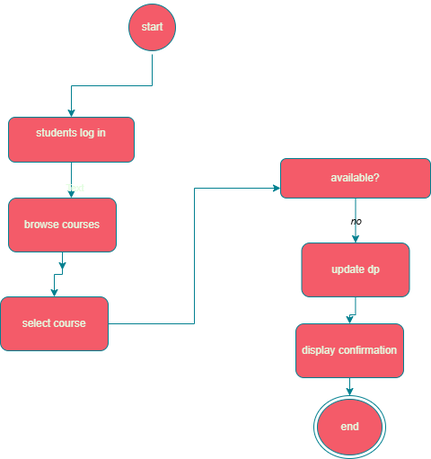
This is Untitled Diagram.drawio.png from rinadmostafa68-svg/Lab-6, a draw.io export, as it was before one commit. Source tidied: cells renumbered, new cells last; positions are measured from the earlier drawing's top-left corner, leaving out a move shared by most shapes.
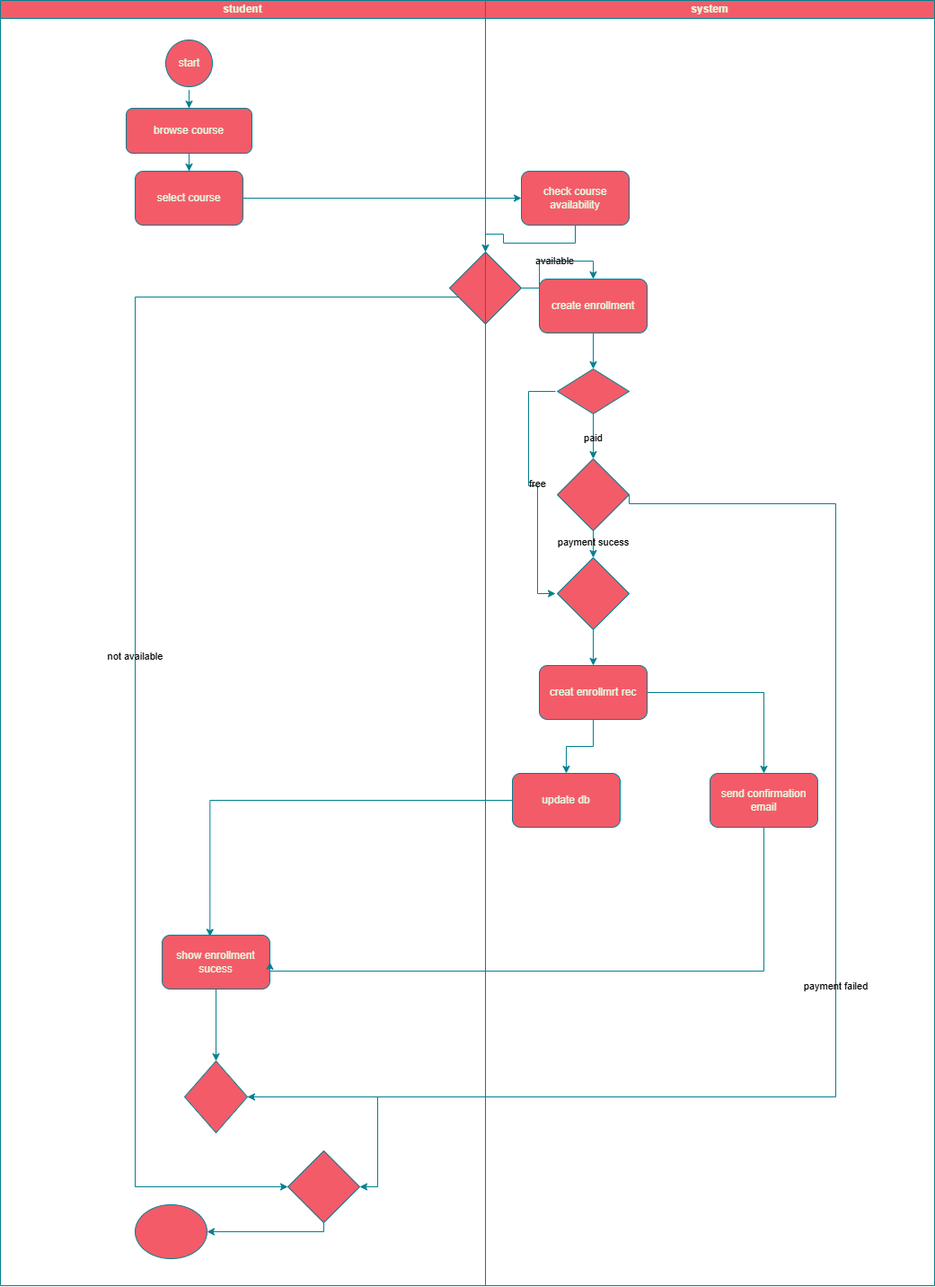
The same file after the commit.

What changed in the source:
```diff
@@ -2,58 +2,148 @@
   <root>
     <mxCell id="0" />
     <mxCell id="1" parent="0" />
+    <mxCell id="19" value="system" style="swimlane;startSize=20;whiteSpace=wrap;html=1;fillColor=#F45B69;labelBackgroundColor=none;strokeColor=#028090;fontColor=#E4FDE1;" parent="1" vertex="1">
+      <mxGeometry x="209" y="530" width="500" height="1430" as="geometry" />
+    </mxCell>
+    <mxCell id="12" value="check course availability" style="rounded=1;whiteSpace=wrap;html=1;labelBackgroundColor=none;fillColor=#F45B69;strokeColor=#028090;fontColor=#E4FDE1;" parent="19" vertex="1">
+      <mxGeometry x="40" y="190" width="120" height="60" as="geometry" />
+    </mxCell>
+    <mxCell id="20" value="send confirmation email" style="rounded=1;whiteSpace=wrap;html=1;labelBackgroundColor=none;fillColor=#F45B69;strokeColor=#028090;fontColor=#E4FDE1;" parent="19" vertex="1">
+      <mxGeometry x="250" y="860" width="120" height="60" as="geometry" />
+    </mxCell>
+    <mxCell id="21" style="edgeStyle=orthogonalEdgeStyle;rounded=0;jettySize=auto;html=1;entryX=0.5;entryY=0;entryDx=0;entryDy=0;labelBackgroundColor=none;strokeColor=#028090;fontColor=default;" parent="19" edge="1" source="22" target="25">
+      <mxGeometry relative="1" as="geometry" />
+    </mxCell>
+    <mxCell id="22" value="create enrollment" style="rounded=1;whiteSpace=wrap;html=1;labelBackgroundColor=none;fillColor=#F45B69;strokeColor=#028090;fontColor=#E4FDE1;" parent="19" vertex="1">
+      <mxGeometry x="60" y="310" width="120" height="60" as="geometry" />
+    </mxCell>
+    <mxCell id="23" value="paid" style="edgeStyle=orthogonalEdgeStyle;rounded=0;jettySize=auto;html=1;labelBackgroundColor=none;strokeColor=#028090;fontColor=default;" parent="19" edge="1" source="25" target="30">
+      <mxGeometry relative="1" as="geometry" />
+    </mxCell>
+    <mxCell id="24" value="free" style="edgeStyle=orthogonalEdgeStyle;rounded=0;orthogonalLoop=1;jettySize=auto;html=1;entryX=0;entryY=0.5;entryDx=0;entryDy=0;labelBackgroundColor=none;strokeColor=#028090;fontColor=default;" parent="19" edge="1">
+      <mxGeometry relative="1" as="geometry">
+        <mxPoint x="78" y="435" as="sourcePoint" />
+        <mxPoint x="78" y="660" as="targetPoint" />
+        <Array as="points">
+          <mxPoint x="48" y="435" />
+          <mxPoint x="48" y="540" />
+          <mxPoint x="58" y="540" />
+          <mxPoint x="58" y="660" />
+        </Array>
+      </mxGeometry>
+    </mxCell>
+    <mxCell id="25" style="rhombus;whiteSpace=wrap;html=1;labelBackgroundColor=none;fillColor=#F45B69;strokeColor=#028090;fontColor=#E4FDE1;" parent="19" vertex="1">
+      <mxGeometry x="80" y="410" width="80" height="50" as="geometry" />
+    </mxCell>
+    <mxCell id="26" style="rhombus;whiteSpace=wrap;html=1;fillColor=#F45B69;labelBackgroundColor=none;strokeColor=#028090;fontColor=#E4FDE1;" parent="19" vertex="1">
+      <mxGeometry x="-40" y="280" width="80" height="80" as="geometry" />
+    </mxCell>
+    <mxCell id="27" style="edgeStyle=orthogonalEdgeStyle;rounded=0;jettySize=auto;html=1;entryX=0.5;entryY=0;entryDx=0;entryDy=0;labelBackgroundColor=none;strokeColor=#028090;fontColor=default;" parent="19" edge="1" source="12" target="26">
+      <mxGeometry relative="1" as="geometry" />
+    </mxCell>
+    <mxCell id="28" value="available" style="edgeStyle=orthogonalEdgeStyle;rounded=0;jettySize=auto;html=1;exitX=1;exitY=0.5;exitDx=0;exitDy=0;entryX=0.5;entryY=0;entryDx=0;entryDy=0;labelBackgroundColor=none;strokeColor=#028090;fontColor=default;" parent="19" edge="1" source="26" target="22">
+      <mxGeometry relative="1" as="geometry" />
+    </mxCell>
+    <mxCell id="29" value="payment sucess" style="edgeStyle=orthogonalEdgeStyle;rounded=0;jettySize=auto;html=1;labelBackgroundColor=none;strokeColor=#028090;fontColor=default;" parent="19" edge="1" source="30" target="32">
+      <mxGeometry relative="1" as="geometry" />
+    </mxCell>
+    <mxCell id="30" style="rhombus;whiteSpace=wrap;html=1;labelBackgroundColor=none;fillColor=#F45B69;strokeColor=#028090;fontColor=#E4FDE1;" parent="19" vertex="1">
+      <mxGeometry x="80" y="510" width="80" height="80" as="geometry" />
+    </mxCell>
+    <mxCell id="31" style="edgeStyle=orthogonalEdgeStyle;rounded=0;jettySize=auto;html=1;labelBackgroundColor=none;strokeColor=#028090;fontColor=default;" parent="19" edge="1" source="32" target="35">
+      <mxGeometry relative="1" as="geometry" />
+    </mxCell>
+    <mxCell id="32" style="rhombus;whiteSpace=wrap;html=1;labelBackgroundColor=none;fillColor=#F45B69;strokeColor=#028090;fontColor=#E4FDE1;" parent="19" vertex="1">
+      <mxGeometry x="80" y="620" width="80" height="80" as="geometry" />
+    </mxCell>
+    <mxCell id="33" style="edgeStyle=orthogonalEdgeStyle;rounded=0;jettySize=auto;html=1;entryX=0.5;entryY=0;entryDx=0;entryDy=0;labelBackgroundColor=none;strokeColor=#028090;fontColor=default;" parent="19" edge="1" source="35" target="20">
+      <mxGeometry relative="1" as="geometry" />
+    </mxCell>
+    <mxCell id="34" style="edgeStyle=orthogonalEdgeStyle;rounded=0;jettySize=auto;html=1;entryX=0.5;entryY=0;entryDx=0;entryDy=0;labelBackgroundColor=none;strokeColor=#028090;fontColor=default;" parent="19" edge="1" source="35" target="36">
+      <mxGeometry relative="1" as="geometry" />
+    </mxCell>
+    <mxCell id="35" value="creat enrollmrt rec" style="rounded=1;whiteSpace=wrap;html=1;labelBackgroundColor=none;fillColor=#F45B69;strokeColor=#028090;fontColor=#E4FDE1;" parent="19" vertex="1">
+      <mxGeometry x="60" y="740" width="120" height="60" as="geometry" />
+    </mxCell>
+    <mxCell id="36" value="update db" style="rounded=1;whiteSpace=wrap;html=1;labelBackgroundColor=none;fillColor=#F45B69;strokeColor=#028090;fontColor=#E4FDE1;" parent="19" vertex="1">
+      <mxGeometry x="30" y="860" width="120" height="60" as="geometry" />
+    </mxCell>
+    <mxCell id="37" value="student" style="swimlane;startSize=20;whiteSpace=wrap;html=1;fillColor=#F45B69;strokeColor=#028090;labelBackgroundColor=none;fontColor=#E4FDE1;" parent="1" vertex="1">
+      <mxGeometry x="-331" y="530" width="540" height="1430" as="geometry" />
+    </mxCell>
+    <mxCell id="3" value="start" style="ellipse;html=1;shape=startState;fillColor=#F45B69;strokeColor=#028090;fontColor=#E4FDE1;labelBackgroundColor=none;" parent="37" vertex="1">
+      <mxGeometry x="180" y="40" width="60" height="60" as="geometry" />
+    </mxCell>
+    <mxCell id="5" style="edgeStyle=orthogonalEdgeStyle;rounded=0;jettySize=auto;html=1;entryX=0.5;entryY=0;entryDx=0;entryDy=0;labelBackgroundColor=none;strokeColor=#028090;fontColor=default;" parent="37" edge="1" source="7" target="10">
+      <mxGeometry relative="1" as="geometry" />
+    </mxCell>
+    <mxCell id="7" value="browse course" style="rounded=1;whiteSpace=wrap;html=1;labelBackgroundColor=none;fillColor=#F45B69;strokeColor=#028090;fontColor=#E4FDE1;" parent="37" vertex="1">
+      <mxGeometry x="140" y="120" width="140" height="50" as="geometry" />
+    </mxCell>
-    <mxCell id="2" style="edgeStyle=orthogonalEdgeStyle;rounded=0;jettySize=auto;html=1;exitX=0.5;exitY=1;exitDx=0;exitDy=0;labelBackgroundColor=none;strokeColor=#028090;fontColor=default;" parent="1" edge="1" source="3" target="7">
+    <mxCell id="2" style="edgeStyle=orthogonalEdgeStyle;rounded=0;jettySize=auto;html=1;exitX=0.5;exitY=1;exitDx=0;exitDy=0;labelBackgroundColor=none;strokeColor=#028090;fontColor=default;" parent="37" edge="1" source="3" target="7">
       <mxGeometry relative="1" as="geometry" />
     </mxCell>
-    <mxCell id="3" value="start" style="ellipse;html=1;shape=startState;fillColor=#F45B69;strokeColor=#028090;fontColor=#E4FDE1;labelBackgroundColor=none;" parent="1" vertex="1">
-      <mxGeometry x="139" width="60" height="60" as="geometry" />
-    </mxCell>
-    <mxCell id="4" value="end" style="ellipse;html=1;shape=endState;fillColor=#F45B69;strokeColor=#028090;labelBackgroundColor=none;fontColor=#E4FDE1;" parent="1" vertex="1">
-      <mxGeometry x="349" y="440" width="80" height="70" as="geometry" />
-    </mxCell>
-    <mxCell id="5" style="edgeStyle=orthogonalEdgeStyle;rounded=0;jettySize=auto;html=1;entryX=0.583;entryY=0;entryDx=0;entryDy=0;entryPerimeter=0;labelBackgroundColor=none;strokeColor=#028090;fontColor=default;" parent="1" edge="1" source="7" target="10">
-      <mxGeometry relative="1" as="geometry" />
-    </mxCell>
-    <mxCell id="6" value="Text" style="edgeLabel;html=1;align=center;verticalAlign=middle;labelBackgroundColor=none;fontColor=#E4FDE1;" parent="5" vertex="1">
-      <mxGeometry x="0.4" y="3" relative="1" as="geometry" />
-    </mxCell>
-    <mxCell id="7" value="students log in&lt;div&gt;&lt;br&gt;&lt;/div&gt;" style="rounded=1;whiteSpace=wrap;html=1;labelBackgroundColor=none;fillColor=#F45B69;strokeColor=#028090;fontColor=#E4FDE1;" parent="1" vertex="1">
-      <mxGeometry x="9" y="130" width="140" height="50" as="geometry" />
-    </mxCell>
-    <mxCell id="8" style="edgeStyle=orthogonalEdgeStyle;rounded=0;jettySize=auto;html=1;labelBackgroundColor=none;strokeColor=#028090;fontColor=default;" parent="1" edge="1" source="10">
-      <mxGeometry relative="1" as="geometry">
-        <mxPoint x="69" y="300" as="targetPoint" />
-      </mxGeometry>
-    </mxCell>
+    <mxCell id="10" value="select course" style="rounded=1;whiteSpace=wrap;html=1;labelBackgroundColor=none;fillColor=#F45B69;strokeColor=#028090;fontColor=#E4FDE1;" parent="37" vertex="1">
+      <mxGeometry x="150" y="190" width="120" height="60" as="geometry" />
+    </mxCell>
+    <mxCell id="38" style="edgeStyle=orthogonalEdgeStyle;rounded=0;jettySize=auto;html=1;labelBackgroundColor=none;strokeColor=#028090;fontColor=default;" parent="37" edge="1" source="39" target="41">
+      <mxGeometry relative="1" as="geometry" />
+    </mxCell>
+    <mxCell id="39" value="show enrollment sucess" style="rounded=1;whiteSpace=wrap;html=1;labelBackgroundColor=none;fillColor=#F45B69;strokeColor=#028090;fontColor=#E4FDE1;" parent="37" vertex="1">
+      <mxGeometry x="180" y="1040" width="120" height="60" as="geometry" />
+    </mxCell>
+    <mxCell id="40" style="edgeStyle=orthogonalEdgeStyle;rounded=0;jettySize=auto;html=1;entryX=1;entryY=0.5;entryDx=0;entryDy=0;labelBackgroundColor=none;strokeColor=#028090;fontColor=default;" parent="37" edge="1" source="41" target="43">
+      <mxGeometry relative="1" as="geometry" />
+    </mxCell>
+    <mxCell id="41" style="rhombus;whiteSpace=wrap;html=1;labelBackgroundColor=none;fillColor=#F45B69;strokeColor=#028090;fontColor=#E4FDE1;" parent="37" vertex="1">
+      <mxGeometry x="205" y="1180" width="70" height="80" as="geometry" />
+    </mxCell>
+    <mxCell id="42" style="edgeStyle=orthogonalEdgeStyle;rounded=0;jettySize=auto;html=1;labelBackgroundColor=none;strokeColor=#028090;fontColor=default;" parent="37" edge="1" source="43" target="44">
+      <mxGeometry relative="1" as="geometry">
+        <Array as="points">
+          <mxPoint x="360" y="1370" />
+        </Array>
+      </mxGeometry>
+    </mxCell>
+    <mxCell id="43" style="rhombus;whiteSpace=wrap;html=1;labelBackgroundColor=none;fillColor=#F45B69;strokeColor=#028090;fontColor=#E4FDE1;" parent="37" vertex="1">
+      <mxGeometry x="320" y="1280" width="80" height="80" as="geometry" />
+    </mxCell>
+    <mxCell id="44" style="ellipse;whiteSpace=wrap;html=1;fillColor=#F45B69;strokeColor=#028090;fontColor=#E4FDE1;rounded=1;labelBackgroundColor=none;" parent="37" vertex="1">
+      <mxGeometry x="150" y="1340" width="80" height="60" as="geometry" />
+    </mxCell>
+    <mxCell id="45" style="edgeStyle=orthogonalEdgeStyle;rounded=0;orthogonalLoop=1;jettySize=auto;html=1;exitX=0.5;exitY=1;exitDx=0;exitDy=0;labelBackgroundColor=none;strokeColor=#028090;fontColor=default;" parent="37" edge="1" source="44" target="44">
+      <mxGeometry relative="1" as="geometry" />
+    </mxCell>
-    <mxCell id="9" style="edgeStyle=orthogonalEdgeStyle;rounded=0;jettySize=auto;html=1;labelBackgroundColor=none;strokeColor=#028090;fontColor=default;" parent="1" edge="1" source="10" target="12">
+    <mxCell id="9" style="edgeStyle=orthogonalEdgeStyle;rounded=0;jettySize=auto;html=1;entryX=0;entryY=0.5;entryDx=0;entryDy=0;labelBackgroundColor=none;strokeColor=#028090;fontColor=default;" parent="1" edge="1" source="10" target="12">
       <mxGeometry relative="1" as="geometry" />
     </mxCell>
-    <mxCell id="10" value="browse courses" style="rounded=1;whiteSpace=wrap;html=1;labelBackgroundColor=none;fillColor=#F45B69;strokeColor=#028090;fontColor=#E4FDE1;" parent="1" vertex="1">
-      <mxGeometry x="9" y="220" width="120" height="60" as="geometry" />
-    </mxCell>
-    <mxCell id="11" style="edgeStyle=orthogonalEdgeStyle;rounded=0;jettySize=auto;html=1;entryX=0;entryY=0.75;entryDx=0;entryDy=0;labelBackgroundColor=none;strokeColor=#028090;fontColor=default;" parent="1" edge="1" source="12" target="14">
-      <mxGeometry relative="1" as="geometry" />
-    </mxCell>
-    <mxCell id="12" value="select course" style="rounded=1;whiteSpace=wrap;html=1;labelBackgroundColor=none;fillColor=#F45B69;strokeColor=#028090;fontColor=#E4FDE1;" parent="1" vertex="1">
-      <mxGeometry y="330" width="120" height="60" as="geometry" />
-    </mxCell>
-    <mxCell id="13" value="no" style="edgeStyle=orthogonalEdgeStyle;rounded=0;jettySize=auto;html=1;fontStyle=2;labelBackgroundColor=none;strokeColor=#028090;fontColor=default;" parent="1" edge="1" source="14" target="16">
-      <mxGeometry relative="1" as="geometry" />
-    </mxCell>
-    <mxCell id="14" value="available?" style="rounded=1;whiteSpace=wrap;html=1;labelBackgroundColor=none;fillColor=#F45B69;strokeColor=#028090;fontColor=#E4FDE1;" parent="1" vertex="1">
-      <mxGeometry x="312" y="176" width="167" height="44" as="geometry" />
-    </mxCell>
-    <mxCell id="15" style="edgeStyle=orthogonalEdgeStyle;rounded=0;jettySize=auto;html=1;labelBackgroundColor=none;strokeColor=#028090;fontColor=default;" parent="1" edge="1" source="16" target="18">
-      <mxGeometry relative="1" as="geometry" />
-    </mxCell>
-    <mxCell id="16" value="update dp" style="rounded=1;whiteSpace=wrap;html=1;labelBackgroundColor=none;fillColor=#F45B69;strokeColor=#028090;fontColor=#E4FDE1;" parent="1" vertex="1">
-      <mxGeometry x="335.5" y="270" width="120" height="60" as="geometry" />
-    </mxCell>
-    <mxCell id="17" style="edgeStyle=orthogonalEdgeStyle;rounded=0;jettySize=auto;html=1;labelBackgroundColor=none;strokeColor=#028090;fontColor=default;" parent="1" edge="1" source="18" target="4">
-      <mxGeometry relative="1" as="geometry" />
-    </mxCell>
-    <mxCell id="18" value="display confirmation" style="rounded=1;whiteSpace=wrap;html=1;labelBackgroundColor=none;fillColor=#F45B69;strokeColor=#028090;fontColor=#E4FDE1;" parent="1" vertex="1">
-      <mxGeometry x="329" y="360" width="120" height="60" as="geometry" />
-    </mxCell>
+    <mxCell id="46" style="edgeStyle=orthogonalEdgeStyle;rounded=0;jettySize=auto;html=1;entryX=0.444;entryY=0.026;entryDx=0;entryDy=0;entryPerimeter=0;labelBackgroundColor=none;strokeColor=#028090;fontColor=default;" parent="1" edge="1" source="36" target="39">
+      <mxGeometry relative="1" as="geometry" />
+    </mxCell>
+    <mxCell id="47" style="edgeStyle=orthogonalEdgeStyle;rounded=0;jettySize=auto;html=1;labelBackgroundColor=none;strokeColor=#028090;fontColor=default;" parent="1" edge="1" source="20">
+      <mxGeometry relative="1" as="geometry">
+        <mxPoint x="-31" y="1600" as="targetPoint" />
+        <Array as="points">
+          <mxPoint x="519" y="1610" />
+          <mxPoint x="-31" y="1610" />
+        </Array>
+      </mxGeometry>
+    </mxCell>
+    <mxCell id="48" value="not available" style="edgeStyle=orthogonalEdgeStyle;rounded=0;jettySize=auto;html=1;entryX=0;entryY=0.5;entryDx=0;entryDy=0;labelBackgroundColor=none;strokeColor=#028090;fontColor=default;" parent="1" edge="1" source="26" target="43">
+      <mxGeometry relative="1" as="geometry">
+        <Array as="points">
+          <mxPoint x="-181" y="860" />
+          <mxPoint x="-181" y="1850" />
+        </Array>
+      </mxGeometry>
+    </mxCell>
+    <mxCell id="49" value="payment failed" style="edgeStyle=orthogonalEdgeStyle;rounded=0;jettySize=auto;html=1;exitX=1;exitY=0.5;exitDx=0;exitDy=0;entryX=1;entryY=0.5;entryDx=0;entryDy=0;labelBackgroundColor=none;strokeColor=#028090;fontColor=default;" parent="1" edge="1" source="30" target="41">
+      <mxGeometry relative="1" as="geometry">
+        <Array as="points">
+          <mxPoint x="599" y="1090" />
+          <mxPoint x="599" y="1750" />
+        </Array>
+      </mxGeometry>
+    </mxCell>
   </root>
 </mxGraphModel>
```
